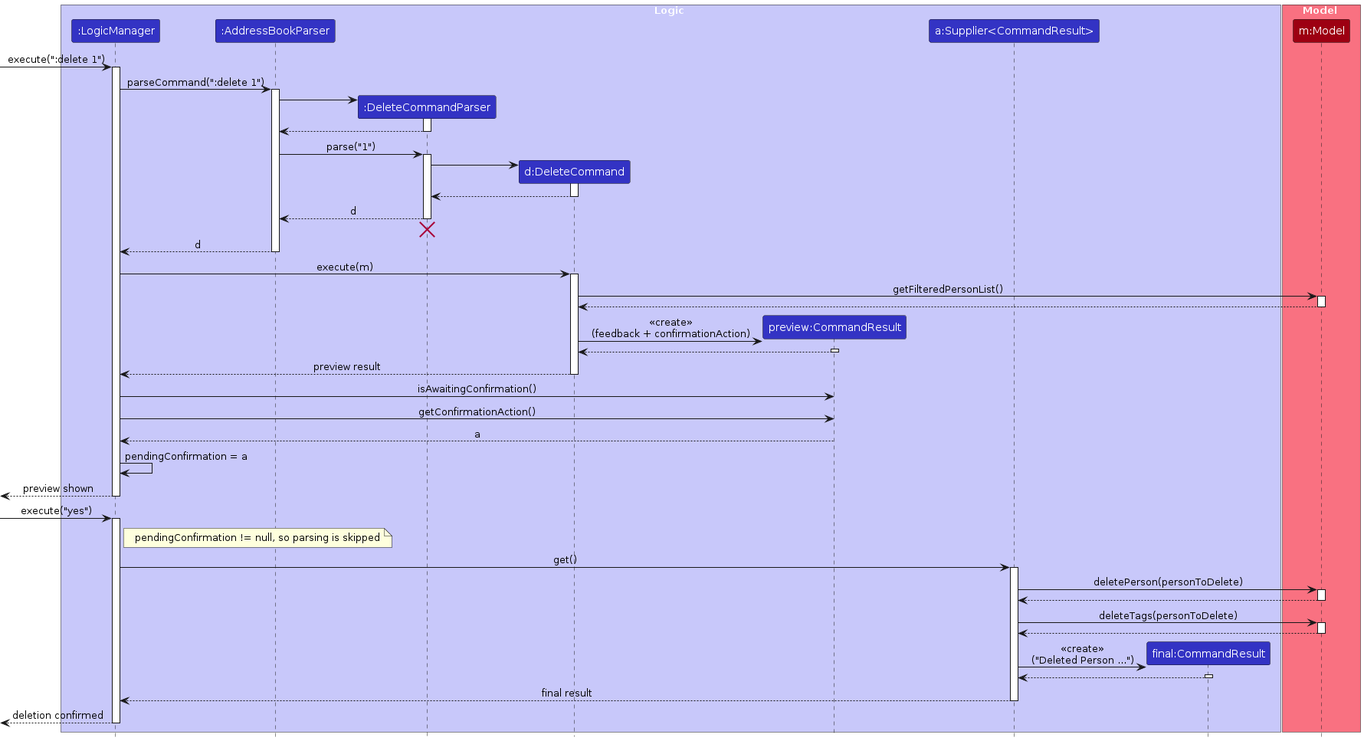
Earlier version of the PlantUML export diagrams/DeleteSequenceDiagram.png (AY2526S2-CS2103T-T15-4/tp). Its source is kept beside it as diagrams/DeleteSequenceDiagram.puml.
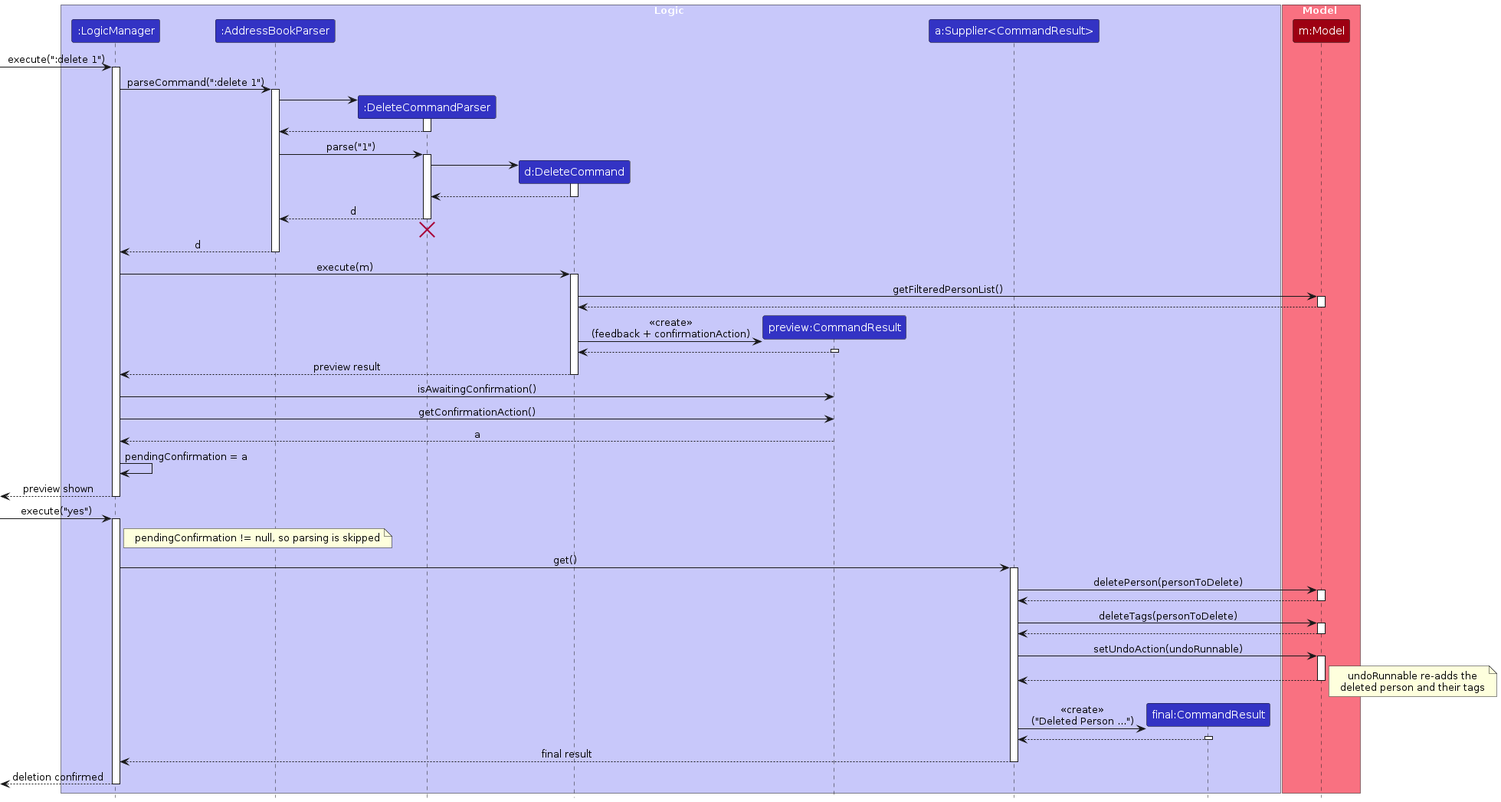
The same diagram one commit later.

The edit, as a diff of the source:
```diff
@@ -93,6 +93,15 @@
 Model --> ConfirmationAction
 deactivate Model
 
+ConfirmationAction -> Model : setUndoAction(undoRunnable)
+activate Model
+Model --> ConfirmationAction
+deactivate Model
+note right
+  undoRunnable re-adds the
+  deleted person and their tags
+end note
+
 create FinalResult
 ConfirmationAction -> FinalResult : <<create>>\n("Deleted Person ...")
 activate FinalResult
```
